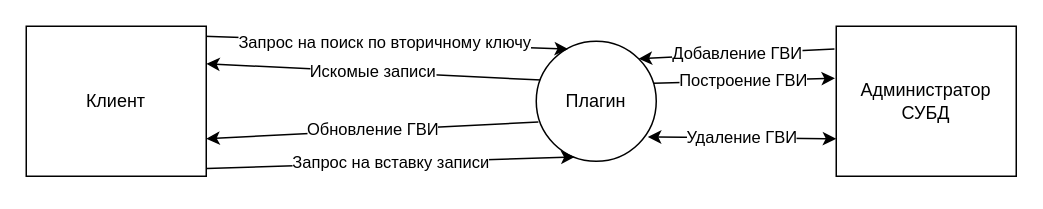
Before: page "context" (2 of 15) of schemas.drawio in vitosotdihaet/pind, a draw.io diagram. Source tidied: cells renumbered, new cells numbered last; positions are measured from the earlier drawing's top-left corner, leaving out a move shared by most shapes. Both pictures are drawn from the tidied source at 150%, with x=0, y=0 at pixel (26, 26).
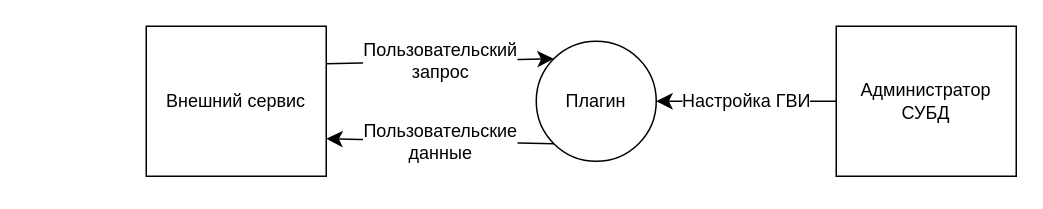
After the change.

Diff of the diagram source:
```diff
@@
 <mxGraphModel>
   <root>
     <mxCell id="0" />
     <mxCell id="1" parent="0" />
-    <mxCell id="2" value="Построение ГВИ" style="rounded=0;jettySize=auto;html=1;entryX=-0.007;entryY=0.347;entryDx=0;entryDy=0;exitX=0.978;exitY=0.351;exitDx=0;exitDy=0;entryPerimeter=0;exitPerimeter=0;" parent="1" edge="1" source="4" target="9">
-      <mxGeometry relative="1" as="geometry" />
-    </mxCell>
-    <mxCell id="3" value="Искомые записи" style="rounded=0;jettySize=auto;html=1;exitX=0.042;exitY=0.323;exitDx=0;exitDy=0;exitPerimeter=0;entryX=1;entryY=0.25;entryDx=0;entryDy=0;" parent="1" edge="1" source="4" target="7">
-      <mxGeometry relative="1" as="geometry" />
-    </mxCell>
+    <mxCell id="12" value="Пользовательские&lt;div&gt;данные&lt;/div&gt;" style="edgeStyle=none;curved=1;rounded=0;jettySize=auto;html=1;entryX=1;entryY=0.75;entryDx=0;entryDy=0;fontSize=12;startSize=8;endSize=8;exitX=0;exitY=1;exitDx=0;exitDy=0;" parent="1" edge="1" source="4" target="7">
+      <mxGeometry relative="1" as="geometry" />
+    </mxCell>
     <mxCell id="4" value="Плагин" style="ellipse;whiteSpace=wrap;html=1;" parent="1" vertex="1">
       <mxGeometry x="340" y="10" width="80" height="80" as="geometry" />
     </mxCell>
-    <mxCell id="5" value="Запрос на поиск по вторичному ключу" style="rounded=0;jettySize=auto;html=1;entryX=0.265;entryY=0.065;entryDx=0;entryDy=0;exitX=0.987;exitY=0.067;exitDx=0;exitDy=0;exitPerimeter=0;entryPerimeter=0;" parent="1" edge="1" source="7" target="4">
-      <mxGeometry relative="1" as="geometry" />
-    </mxCell>
-    <mxCell id="6" value="Запрос на вставку записи" style="rounded=0;jettySize=auto;html=1;entryX=0.319;entryY=0.964;entryDx=0;entryDy=0;exitX=1.002;exitY=0.948;exitDx=0;exitDy=0;exitPerimeter=0;entryPerimeter=0;" parent="1" edge="1" source="7" target="4">
-      <mxGeometry relative="1" as="geometry" />
-    </mxCell>
+    <mxCell id="13" value="Пользовательский&lt;div&gt;запрос&lt;/div&gt;" style="edgeStyle=none;curved=1;rounded=0;jettySize=auto;html=1;entryX=0;entryY=0;entryDx=0;entryDy=0;fontSize=12;startSize=8;endSize=8;exitX=1;exitY=0.25;exitDx=0;exitDy=0;" parent="1" edge="1" source="7" target="4">
+      <mxGeometry relative="1" as="geometry" />
+    </mxCell>
-    <mxCell id="7" value="Клиент" style="rounded=0;whiteSpace=wrap;html=1;" parent="1" vertex="1">
-      <mxGeometry width="120" height="100" as="geometry" />
+    <mxCell id="7" value="Внешний сервис" style="rounded=0;whiteSpace=wrap;html=1;" parent="1" vertex="1">
+      <mxGeometry x="80" width="120" height="100" as="geometry" />
     </mxCell>
-    <mxCell id="8" value="Добавление ГВИ" style="rounded=0;jettySize=auto;html=1;exitX=-0.01;exitY=0.151;exitDx=0;exitDy=0;exitPerimeter=0;entryX=1;entryY=0;entryDx=0;entryDy=0;" parent="1" edge="1" source="9" target="4">
-      <mxGeometry relative="1" as="geometry" />
-    </mxCell>
+    <mxCell id="14" value="Настройка ГВИ" style="edgeStyle=none;curved=1;rounded=0;jettySize=auto;html=1;fontSize=12;startSize=8;endSize=8;" parent="1" edge="1" source="9" target="4">
+      <mxGeometry relative="1" as="geometry" />
+    </mxCell>
     <mxCell id="9" value="Администратор СУБД" style="rounded=0;whiteSpace=wrap;html=1;" parent="1" vertex="1">
       <mxGeometry x="540" width="120" height="100" as="geometry" />
     </mxCell>
-    <mxCell id="10" value="Обновление ГВИ" style="rounded=0;jettySize=auto;html=1;exitX=0.018;exitY=0.673;exitDx=0;exitDy=0;exitPerimeter=0;entryX=1;entryY=0.75;entryDx=0;entryDy=0;" parent="1" edge="1" source="4" target="7">
-      <mxGeometry relative="1" as="geometry" />
-    </mxCell>
-    <mxCell id="11" value="Удаление ГВИ" style="rounded=0;jettySize=auto;html=1;entryX=0.93;entryY=0.797;entryDx=0;entryDy=0;entryPerimeter=0;exitX=0;exitY=0.75;exitDx=0;exitDy=0;startArrow=classic;startFill=1;" parent="1" edge="1" source="9" target="4">
-      <mxGeometry relative="1" as="geometry" />
-    </mxCell>
   </root>
 </mxGraphModel>
```
